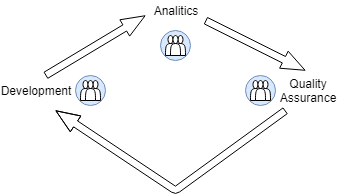
This is img/agile.png from Mateox97/reveal.js, a draw.io export, as it was before one commit. Source tidied: cells renumbered, new cells last; positions are measured from the earlier drawing's top-left corner, leaving out a move shared by most shapes. Source of this version:
```xml
<mxGraphModel>
  <root>
    <mxCell id="0" />
    <mxCell id="1" parent="0" />
    <mxCell id="2" style="group;" parent="1" vertex="1">
      <mxGeometry x="230" y="75" width="30" height="30" as="geometry" />
    </mxCell>
    <mxCell id="3" style="ellipse;whiteSpace=wrap;html=1;fillColor=#dae8fc;strokeColor=#6c8ebf;" parent="2" vertex="1">
      <mxGeometry width="30" height="30" as="geometry" />
    </mxCell>
    <mxCell id="4" style="shape=actor;whiteSpace=wrap;html=1;" parent="2" vertex="1">
      <mxGeometry x="15" y="5" width="10" height="20" as="geometry" />
    </mxCell>
    <mxCell id="5" style="shape=actor;whiteSpace=wrap;html=1;" parent="2" vertex="1">
      <mxGeometry x="5" y="5" width="10" height="20" as="geometry" />
    </mxCell>
    <mxCell id="6" style="shape=actor;whiteSpace=wrap;html=1;" parent="2" vertex="1">
      <mxGeometry x="10" y="5" width="10" height="20" as="geometry" />
    </mxCell>
    <mxCell id="7" style="group;" parent="1" vertex="1">
      <mxGeometry x="145" y="30" width="30" height="30" as="geometry" />
    </mxCell>
    <mxCell id="8" style="ellipse;whiteSpace=wrap;html=1;fillColor=#dae8fc;strokeColor=#6c8ebf;" parent="7" vertex="1">
      <mxGeometry width="30" height="30" as="geometry" />
    </mxCell>
    <mxCell id="9" style="shape=actor;whiteSpace=wrap;html=1;" parent="7" vertex="1">
      <mxGeometry x="15" y="5" width="10" height="20" as="geometry" />
    </mxCell>
    <mxCell id="10" style="shape=actor;whiteSpace=wrap;html=1;" parent="7" vertex="1">
      <mxGeometry x="5" y="5" width="10" height="20" as="geometry" />
    </mxCell>
    <mxCell id="11" style="shape=actor;whiteSpace=wrap;html=1;" parent="7" vertex="1">
      <mxGeometry x="10" y="5" width="10" height="20" as="geometry" />
    </mxCell>
    <mxCell id="12" style="group;" parent="1" vertex="1">
      <mxGeometry x="60" y="75" width="30" height="30" as="geometry" />
    </mxCell>
    <mxCell id="13" style="ellipse;whiteSpace=wrap;html=1;fillColor=#dae8fc;strokeColor=#6c8ebf;" parent="12" vertex="1">
      <mxGeometry width="30" height="30" as="geometry" />
    </mxCell>
    <mxCell id="14" style="shape=actor;whiteSpace=wrap;html=1;" parent="12" vertex="1">
      <mxGeometry x="15" y="5" width="10" height="20" as="geometry" />
    </mxCell>
    <mxCell id="15" style="shape=actor;whiteSpace=wrap;html=1;" parent="12" vertex="1">
      <mxGeometry x="5" y="5" width="10" height="20" as="geometry" />
    </mxCell>
    <mxCell id="16" style="shape=actor;whiteSpace=wrap;html=1;" parent="12" vertex="1">
      <mxGeometry x="10" y="5" width="10" height="20" as="geometry" />
    </mxCell>
    <mxCell id="17" value="Development" style="text;html=1;strokeColor=none;fillColor=none;align=center;verticalAlign=middle;whiteSpace=wrap;rounded=0;" parent="1" vertex="1">
      <mxGeometry y="80" width="40" height="20" as="geometry" />
    </mxCell>
    <mxCell id="18" value="Quality Assurance" style="text;html=1;strokeColor=none;fillColor=none;align=center;verticalAlign=middle;whiteSpace=wrap;rounded=0;" parent="1" vertex="1">
      <mxGeometry x="273" y="80" width="40" height="20" as="geometry" />
    </mxCell>
    <mxCell id="19" value="Analitics" style="text;html=1;strokeColor=none;fillColor=none;align=center;verticalAlign=middle;whiteSpace=wrap;rounded=0;" parent="1" vertex="1">
      <mxGeometry x="140" width="40" height="20" as="geometry" />
    </mxCell>
    <mxCell id="20" style="shape=flexArrow;endArrow=classic;html=1;endWidth=10.884353741496598;endSize=7.552380952380952;width=7.142857142857142;" parent="1" edge="1">
      <mxGeometry relative="1" as="geometry">
        <mxPoint x="30" y="75" as="sourcePoint" />
        <mxPoint x="130" y="15" as="targetPoint" />
      </mxGeometry>
    </mxCell>
    <mxCell id="21" style="shape=flexArrow;endArrow=classic;html=1;endWidth=10.884353741496598;endSize=7.552380952380952;width=7.142857142857142;" parent="1" edge="1">
      <mxGeometry relative="1" as="geometry">
        <mxPoint x="190" y="20" as="sourcePoint" />
        <mxPoint x="290" y="70" as="targetPoint" />
      </mxGeometry>
    </mxCell>
    <mxCell id="22" style="shape=flexArrow;endArrow=classic;html=1;endWidth=10.884353741496598;endSize=7.552380952380952;width=7.142857142857142;" parent="1" edge="1">
      <mxGeometry relative="1" as="geometry">
        <mxPoint x="270" y="110" as="sourcePoint" />
        <mxPoint x="40" y="110" as="targetPoint" />
        <Array as="points">
          <mxPoint x="160" y="190" />
        </Array>
      </mxGeometry>
    </mxCell>
  </root>
</mxGraphModel>
```
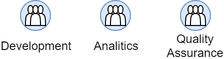
The same file after the commit.

The edit, as a diff of the source:
```diff
@@ -3,79 +3,58 @@
     <mxCell id="0" />
     <mxCell id="1" parent="0" />
     <mxCell id="2" style="group;" parent="1" vertex="1">
-      <mxGeometry x="230" y="75" width="30" height="30" as="geometry" />
+      <mxGeometry x="145" y="-125" width="30" height="30" as="geometry" />
     </mxCell>
     <mxCell id="3" style="ellipse;whiteSpace=wrap;html=1;fillColor=#dae8fc;strokeColor=#6c8ebf;" parent="2" vertex="1">
       <mxGeometry width="30" height="30" as="geometry" />
     </mxCell>
-    <mxCell id="4" style="shape=actor;whiteSpace=wrap;html=1;" parent="2" vertex="1">
-      <mxGeometry x="15" y="5" width="10" height="20" as="geometry" />
+    <mxCell id="4" style="group;" parent="1" vertex="1">
+      <mxGeometry x="65" y="-125" width="30" height="30" as="geometry" />
     </mxCell>
-    <mxCell id="5" style="shape=actor;whiteSpace=wrap;html=1;" parent="2" vertex="1">
-      <mxGeometry x="5" y="5" width="10" height="20" as="geometry" />
+    <mxCell id="5" style="ellipse;whiteSpace=wrap;html=1;fillColor=#dae8fc;strokeColor=#6c8ebf;" parent="4" vertex="1">
+      <mxGeometry width="30" height="30" as="geometry" />
     </mxCell>
-    <mxCell id="6" style="shape=actor;whiteSpace=wrap;html=1;" parent="2" vertex="1">
-      <mxGeometry x="10" y="5" width="10" height="20" as="geometry" />
+    <mxCell id="6" style="shape=actor;whiteSpace=wrap;html=1;" parent="4" vertex="1">
+      <mxGeometry x="15" y="5" width="10" height="20" as="geometry" />
     </mxCell>
-    <mxCell id="7" style="group;" parent="1" vertex="1">
-      <mxGeometry x="145" y="30" width="30" height="30" as="geometry" />
+    <mxCell id="7" style="shape=actor;whiteSpace=wrap;html=1;" parent="4" vertex="1">
+      <mxGeometry x="5" y="5" width="10" height="20" as="geometry" />
     </mxCell>
-    <mxCell id="8" style="ellipse;whiteSpace=wrap;html=1;fillColor=#dae8fc;strokeColor=#6c8ebf;" parent="7" vertex="1">
-      <mxGeometry width="30" height="30" as="geometry" />
+    <mxCell id="8" style="shape=actor;whiteSpace=wrap;html=1;" parent="4" vertex="1">
+      <mxGeometry x="10" y="5" width="10" height="20" as="geometry" />
     </mxCell>
-    <mxCell id="9" style="shape=actor;whiteSpace=wrap;html=1;" parent="7" vertex="1">
-      <mxGeometry x="15" y="5" width="10" height="20" as="geometry" />
+    <mxCell id="9" style="group;" parent="1" vertex="1">
+      <mxGeometry x="-15" y="-125" width="30" height="30" as="geometry" />
     </mxCell>
-    <mxCell id="10" style="shape=actor;whiteSpace=wrap;html=1;" parent="7" vertex="1">
-      <mxGeometry x="5" y="5" width="10" height="20" as="geometry" />
+    <mxCell id="10" style="ellipse;whiteSpace=wrap;html=1;fillColor=#dae8fc;strokeColor=#6c8ebf;" parent="9" vertex="1">
+      <mxGeometry width="30" height="30" as="geometry" />
     </mxCell>
-    <mxCell id="11" style="shape=actor;whiteSpace=wrap;html=1;" parent="7" vertex="1">
-      <mxGeometry x="10" y="5" width="10" height="20" as="geometry" />
+    <mxCell id="11" value="Development" style="text;html=1;strokeColor=none;fillColor=none;align=center;verticalAlign=middle;whiteSpace=wrap;rounded=0;" parent="1" vertex="1">
+      <mxGeometry x="-20" y="-90" width="40" height="20" as="geometry" />
     </mxCell>
-    <mxCell id="12" style="group;" parent="1" vertex="1">
-      <mxGeometry x="60" y="75" width="30" height="30" as="geometry" />
+    <mxCell id="12" value="Quality Assurance" style="text;html=1;strokeColor=none;fillColor=none;align=center;verticalAlign=middle;whiteSpace=wrap;rounded=0;" parent="1" vertex="1">
+      <mxGeometry x="140" y="-90" width="40" height="20" as="geometry" />
     </mxCell>
-    <mxCell id="13" style="ellipse;whiteSpace=wrap;html=1;fillColor=#dae8fc;strokeColor=#6c8ebf;" parent="12" vertex="1">
-      <mxGeometry width="30" height="30" as="geometry" />
+    <mxCell id="13" value="Analitics" style="text;html=1;strokeColor=none;fillColor=none;align=center;verticalAlign=middle;whiteSpace=wrap;rounded=0;" parent="1" vertex="1">
+      <mxGeometry x="60" y="-90" width="40" height="20" as="geometry" />
     </mxCell>
-    <mxCell id="14" style="shape=actor;whiteSpace=wrap;html=1;" parent="12" vertex="1">
-      <mxGeometry x="15" y="5" width="10" height="20" as="geometry" />
+    <mxCell id="14" style="shape=actor;whiteSpace=wrap;html=1;" parent="1" vertex="1">
+      <mxGeometry y="-120" width="10" height="20" as="geometry" />
     </mxCell>
-    <mxCell id="15" style="shape=actor;whiteSpace=wrap;html=1;" parent="12" vertex="1">
-      <mxGeometry x="5" y="5" width="10" height="20" as="geometry" />
+    <mxCell id="15" style="shape=actor;whiteSpace=wrap;html=1;" parent="1" vertex="1">
+      <mxGeometry x="-10" y="-120" width="10" height="20" as="geometry" />
     </mxCell>
-    <mxCell id="16" style="shape=actor;whiteSpace=wrap;html=1;" parent="12" vertex="1">
-      <mxGeometry x="10" y="5" width="10" height="20" as="geometry" />
+    <mxCell id="16" style="shape=actor;whiteSpace=wrap;html=1;" parent="1" vertex="1">
+      <mxGeometry x="-5" y="-120" width="10" height="20" as="geometry" />
     </mxCell>
-    <mxCell id="17" value="Development" style="text;html=1;strokeColor=none;fillColor=none;align=center;verticalAlign=middle;whiteSpace=wrap;rounded=0;" parent="1" vertex="1">
-      <mxGeometry y="80" width="40" height="20" as="geometry" />
+    <mxCell id="17" style="shape=actor;whiteSpace=wrap;html=1;" parent="1" vertex="1">
+      <mxGeometry x="160" y="-120" width="10" height="20" as="geometry" />
     </mxCell>
-    <mxCell id="18" value="Quality Assurance" style="text;html=1;strokeColor=none;fillColor=none;align=center;verticalAlign=middle;whiteSpace=wrap;rounded=0;" parent="1" vertex="1">
-      <mxGeometry x="273" y="80" width="40" height="20" as="geometry" />
+    <mxCell id="18" style="shape=actor;whiteSpace=wrap;html=1;" parent="1" vertex="1">
+      <mxGeometry x="150" y="-120" width="10" height="20" as="geometry" />
     </mxCell>
-    <mxCell id="19" value="Analitics" style="text;html=1;strokeColor=none;fillColor=none;align=center;verticalAlign=middle;whiteSpace=wrap;rounded=0;" parent="1" vertex="1">
-      <mxGeometry x="140" width="40" height="20" as="geometry" />
+    <mxCell id="19" style="shape=actor;whiteSpace=wrap;html=1;" parent="1" vertex="1">
+      <mxGeometry x="155" y="-120" width="10" height="20" as="geometry" />
     </mxCell>
-    <mxCell id="20" style="shape=flexArrow;endArrow=classic;html=1;endWidth=10.884353741496598;endSize=7.552380952380952;width=7.142857142857142;" parent="1" edge="1">
-      <mxGeometry relative="1" as="geometry">
-        <mxPoint x="30" y="75" as="sourcePoint" />
-        <mxPoint x="130" y="15" as="targetPoint" />
-      </mxGeometry>
-    </mxCell>
-    <mxCell id="21" style="shape=flexArrow;endArrow=classic;html=1;endWidth=10.884353741496598;endSize=7.552380952380952;width=7.142857142857142;" parent="1" edge="1">
-      <mxGeometry relative="1" as="geometry">
-        <mxPoint x="190" y="20" as="sourcePoint" />
-        <mxPoint x="290" y="70" as="targetPoint" />
-      </mxGeometry>
-    </mxCell>
-    <mxCell id="22" style="shape=flexArrow;endArrow=classic;html=1;endWidth=10.884353741496598;endSize=7.552380952380952;width=7.142857142857142;" parent="1" edge="1">
-      <mxGeometry relative="1" as="geometry">
-        <mxPoint x="270" y="110" as="sourcePoint" />
-        <mxPoint x="40" y="110" as="targetPoint" />
-        <Array as="points">
-          <mxPoint x="160" y="190" />
-        </Array>
-      </mxGeometry>
-    </mxCell>
   </root>
 </mxGraphModel>
```
